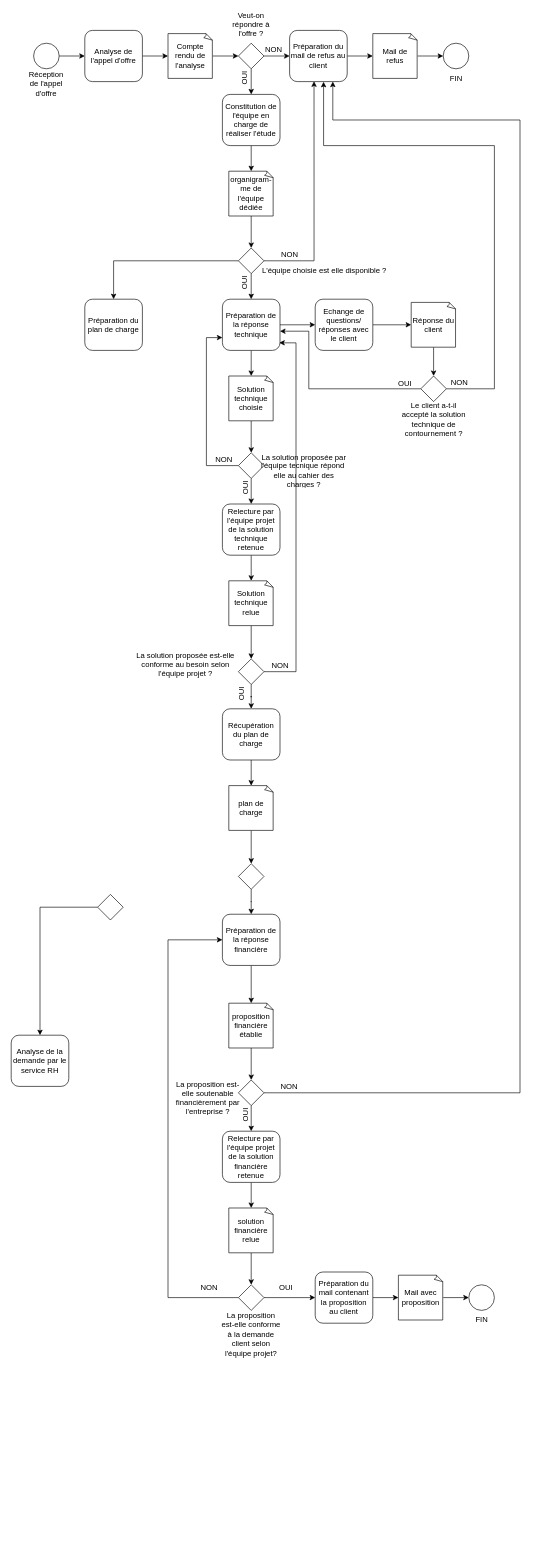
MrRobotInThePlace/chatbotNodejsDialogflow keeps this draw.io diagram as Sécurisation site internet.drawio. Above is the earlier version. Source tidied: cells renumbered, new cells numbered last; positions are measured from the earlier drawing's top-left corner, leaving out a move shared by most shapes. Both pictures are drawn from the tidied source at 64%, with x=0, y=0 at pixel (11, 17).
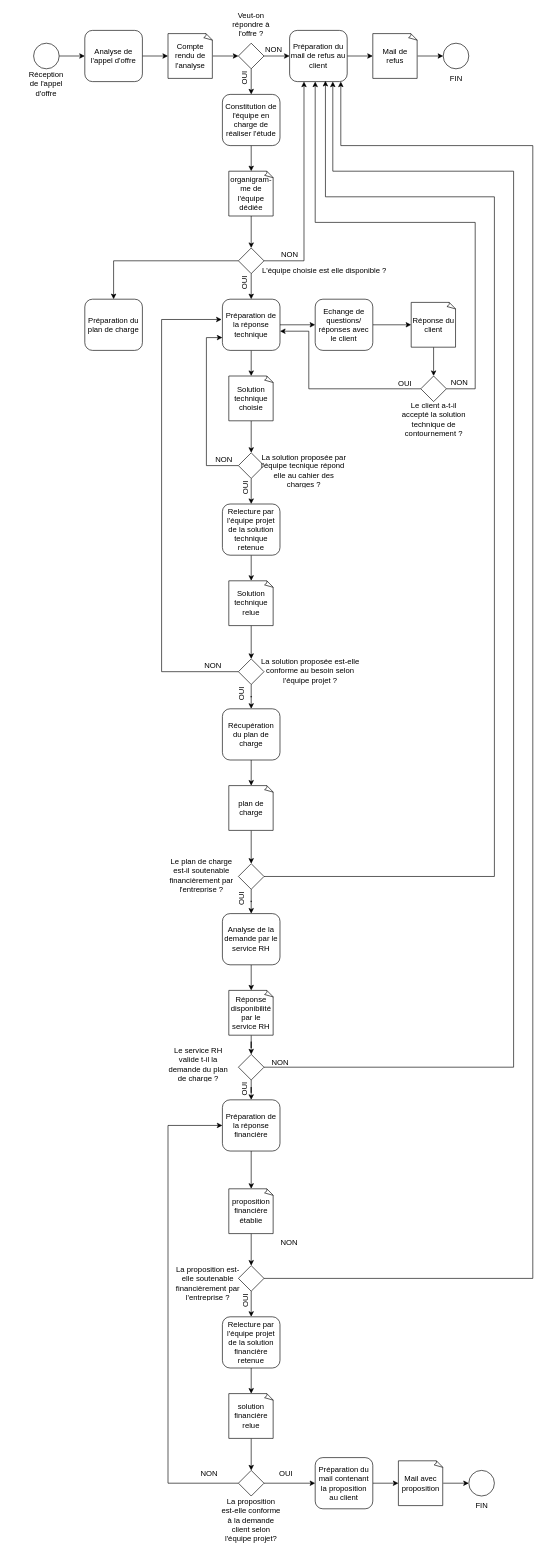
The same page after the edit.

Commit message (it also covers changes not shown here):
Mettre à jour Sécurisation site internet.drawio

The change refers to these unchanged cells:
```xml
<mxCell id="14" value="Préparation du mail de refus au client" style="rounded=1;whiteSpace=wrap;html=1;" parent="1" vertex="1">
  <mxGeometry x="435" y="20" width="90" height="80" as="geometry" />
</mxCell>
<mxCell id="18" value="Préparation de la réponse technique " style="rounded=1;whiteSpace=wrap;html=1;" parent="1" vertex="1">
  <mxGeometry x="330" y="440" width="90" height="80" as="geometry" />
</mxCell>
<mxCell id="32" style="rhombus;whiteSpace=wrap;html=1;" parent="1" vertex="1">
  <mxGeometry x="355" y="360" width="40" height="40" as="geometry" />
</mxCell>
<mxCell id="49" style="rhombus;whiteSpace=wrap;html=1;" parent="1" vertex="1">
  <mxGeometry x="640" y="560" width="40" height="40" as="geometry" />
</mxCell>
<mxCell id="79" style="rhombus;whiteSpace=wrap;html=1;" parent="1" vertex="1">
  <mxGeometry x="355" y="1002" width="40" height="40" as="geometry" />
</mxCell>
<mxCell id="96" style="rhombus;whiteSpace=wrap;html=1;" parent="1" vertex="1">
  <mxGeometry x="355" y="1322" width="40" height="40" as="geometry" />
</mxCell>
```

The edit, as a diff of the source:
```diff
@@
-    <mxCell id="29" style="edgeStyle=orthogonalEdgeStyle;rounded=0;jettySize=auto;html=1;entryX=0.424;entryY=0.995;entryDx=0;entryDy=0;entryPerimeter=0;" parent="1" edge="1" source="32" target="14">
-      <mxGeometry relative="1" as="geometry" />
-    </mxCell>
@@
+    <mxCell id="29" style="edgeStyle=orthogonalEdgeStyle;rounded=0;jettySize=auto;html=1;entryX=0.25;entryY=1;entryDx=0;entryDy=0;" parent="1" edge="1" source="32" target="14">
+      <mxGeometry relative="1" as="geometry" />
+    </mxCell>
@@
     <mxCell id="43" value="Préparation de la réponse financière" style="rounded=1;whiteSpace=wrap;html=1;" parent="1" vertex="1">
-      <mxGeometry x="330" y="1401" width="90" height="80" as="geometry" />
+      <mxGeometry x="330" y="1691" width="90" height="80" as="geometry" />
     </mxCell>
@@
-    <mxCell id="48" style="edgeStyle=orthogonalEdgeStyle;rounded=0;jettySize=auto;html=1;entryX=0.59;entryY=1.004;entryDx=0;entryDy=0;entryPerimeter=0;" parent="1" edge="1" source="49" target="14">
+    <mxCell id="48" style="edgeStyle=orthogonalEdgeStyle;rounded=0;jettySize=auto;html=1;" parent="1" edge="1" source="49">
       <mxGeometry relative="1" as="geometry">
+        <mxPoint x="475" y="100" as="targetPoint" />
         <Array as="points">
-          <mxPoint x="755" y="580" />
-          <mxPoint x="755" y="200" />
-          <mxPoint x="488" y="200" />
+          <mxPoint x="725" y="580" />
+          <mxPoint x="725" y="320" />
+          <mxPoint x="475" y="320" />
         </Array>
       </mxGeometry>
     </mxCell>
@@
     <mxCell id="53" value="proposition financière établie" style="whiteSpace=wrap;html=1;shape=mxgraph.basic.document;" parent="1" vertex="1">
-      <mxGeometry x="340" y="1540" width="70" height="70" as="geometry" />
+      <mxGeometry x="340" y="1830" width="70" height="70" as="geometry" />
     </mxCell>
@@
-    <mxCell id="55" style="edgeStyle=orthogonalEdgeStyle;rounded=0;jettySize=auto;html=1;exitX=1;exitY=0.5;exitDx=0;exitDy=0;entryX=0.75;entryY=1;entryDx=0;entryDy=0;" parent="1" edge="1" source="56" target="14">
+    <mxCell id="55" style="edgeStyle=orthogonalEdgeStyle;rounded=0;jettySize=auto;html=1;entryX=0.889;entryY=1;entryDx=0;entryDy=0;entryPerimeter=0;" parent="1" edge="1" source="56" target="14">
       <mxGeometry relative="1" as="geometry">
         <Array as="points">
-          <mxPoint x="795" y="1680" />
-          <mxPoint x="795" y="160" />
-          <mxPoint x="503" y="160" />
+          <mxPoint x="815" y="1970" />
+          <mxPoint x="815" y="200" />
+          <mxPoint x="515" y="200" />
         </Array>
       </mxGeometry>
     </mxCell>
     <mxCell id="56" style="rhombus;whiteSpace=wrap;html=1;" parent="1" vertex="1">
-      <mxGeometry x="355" y="1660" width="40" height="40" as="geometry" />
+      <mxGeometry x="355" y="1950" width="40" height="40" as="geometry" />
     </mxCell>
@@
     <mxCell id="58" value="NON" style="text;html=1;align=center;verticalAlign=middle;strokeColor=none;fillColor=none;" parent="1" vertex="1">
-      <mxGeometry x="409" y="1655" width="50" height="30" as="geometry" />
+      <mxGeometry x="409" y="1900" width="50" height="30" as="geometry" />
     </mxCell>
     <mxCell id="59" value="La proposition est-elle conforme à la demande client selon l'équipe projet?" style="text;whiteSpace=wrap;html=1;align=center;" parent="1" vertex="1">
-      <mxGeometry x="325" y="2015" width="100" height="40" as="geometry" />
+      <mxGeometry x="325" y="2305" width="100" height="40" as="geometry" />
     </mxCell>
@@
     <mxCell id="61" value="Relecture par l'équipe projet de la solution financière retenue" style="rounded=1;whiteSpace=wrap;html=1;" parent="1" vertex="1">
-      <mxGeometry x="330" y="1740" width="90" height="80" as="geometry" />
+      <mxGeometry x="330" y="2030" width="90" height="80" as="geometry" />
     </mxCell>
     <mxCell id="62" value="OUI" style="text;html=1;align=center;verticalAlign=bottom;strokeColor=none;fillColor=none;horizontal=0;" parent="1" vertex="1">
-      <mxGeometry x="335" y="1700" width="40" height="30" as="geometry" />
+      <mxGeometry x="335" y="1990" width="40" height="30" as="geometry" />
     </mxCell>
@@
     <mxCell id="64" value="solution financière relue" style="whiteSpace=wrap;html=1;shape=mxgraph.basic.document;" parent="1" vertex="1">
-      <mxGeometry x="340" y="1860" width="70" height="70" as="geometry" />
+      <mxGeometry x="340" y="2150" width="70" height="70" as="geometry" />
     </mxCell>
@@
     <mxCell id="66" style="edgeStyle=orthogonalEdgeStyle;rounded=0;jettySize=auto;html=1;entryX=0;entryY=0.5;entryDx=0;entryDy=0;" parent="1" edge="1" source="67" target="43">
       <mxGeometry relative="1" as="geometry">
         <Array as="points">
-          <mxPoint x="245" y="2000" />
-          <mxPoint x="245" y="1441" />
+          <mxPoint x="245" y="2290" />
+          <mxPoint x="245" y="1731" />
         </Array>
       </mxGeometry>
     </mxCell>
     <mxCell id="67" style="rhombus;whiteSpace=wrap;html=1;" parent="1" vertex="1">
-      <mxGeometry x="355" y="1980" width="40" height="40" as="geometry" />
+      <mxGeometry x="355" y="2270" width="40" height="40" as="geometry" />
     </mxCell>
     <mxCell id="68" style="ellipse;whiteSpace=wrap;html=1;" parent="1" vertex="1">
-      <mxGeometry x="715" y="1980" width="40" height="40" as="geometry" />
+      <mxGeometry x="715" y="2270" width="40" height="40" as="geometry" />
     </mxCell>
@@
     <mxCell id="70" value="Préparation du mail contenant la proposition au client" style="rounded=1;whiteSpace=wrap;html=1;" parent="1" vertex="1">
-      <mxGeometry x="475" y="1960" width="90" height="80" as="geometry" />
+      <mxGeometry x="475" y="2250" width="90" height="80" as="geometry" />
     </mxCell>
@@
     <mxCell id="72" value="Mail avec proposition" style="whiteSpace=wrap;html=1;shape=mxgraph.basic.document;" parent="1" vertex="1">
-      <mxGeometry x="605" y="1965" width="70" height="70" as="geometry" />
+      <mxGeometry x="605" y="2255" width="70" height="70" as="geometry" />
     </mxCell>
     <mxCell id="73" value="FIN" style="text;html=1;align=center;verticalAlign=middle;strokeColor=none;fillColor=none;" parent="1" vertex="1">
-      <mxGeometry x="715" y="2020" width="40" height="30" as="geometry" />
+      <mxGeometry x="715" y="2310" width="40" height="30" as="geometry" />
     </mxCell>
     <mxCell id="74" value="OUI" style="text;html=1;align=center;verticalAlign=middle;strokeColor=none;fillColor=none;" parent="1" vertex="1">
-      <mxGeometry x="409" y="1970" width="40" height="30" as="geometry" />
+      <mxGeometry x="409" y="2260" width="40" height="30" as="geometry" />
     </mxCell>
@@
-    <mxCell id="77" style="edgeStyle=orthogonalEdgeStyle;rounded=0;jettySize=auto;html=1;entryX=0.987;entryY=0.852;entryDx=0;entryDy=0;entryPerimeter=0;" parent="1" edge="1" source="79" target="18">
+    <mxCell id="77" style="edgeStyle=orthogonalEdgeStyle;rounded=0;jettySize=auto;html=1;entryX=-0.013;entryY=0.396;entryDx=0;entryDy=0;entryPerimeter=0;" parent="1" edge="1" source="79" target="18">
       <mxGeometry relative="1" as="geometry">
         <Array as="points">
-          <mxPoint x="445" y="1022" />
-          <mxPoint x="445" y="508" />
+          <mxPoint x="235" y="1022" />
+          <mxPoint x="235" y="472" />
         </Array>
       </mxGeometry>
     </mxCell>
@@
     <mxCell id="80" value="La solution proposée est-elle conforme au besoin selon l'équipe projet ?" style="text;html=1;strokeColor=none;fillColor=none;spacing=5;spacingTop=-20;whiteSpace=wrap;overflow=hidden;rounded=0;align=center;" parent="1" vertex="1">
-      <mxGeometry x="190" y="999.5" width="165" height="45" as="geometry" />
+      <mxGeometry x="385" y="1010" width="165" height="45" as="geometry" />
     </mxCell>
@@
     <mxCell id="84" value="NON" style="text;html=1;align=center;verticalAlign=middle;strokeColor=none;fillColor=none;" parent="1" vertex="1">
-      <mxGeometry x="395" y="998" width="50" height="30" as="geometry" />
+      <mxGeometry x="290" y="998" width="50" height="30" as="geometry" />
     </mxCell>
@@
     <mxCell id="87" value="NON" style="text;html=1;align=center;verticalAlign=middle;strokeColor=none;fillColor=none;" parent="1" vertex="1">
-      <mxGeometry x="283.7" y="1970" width="50" height="30" as="geometry" />
+      <mxGeometry x="283.7" y="2260" width="50" height="30" as="geometry" />
     </mxCell>
@@
-    <mxCell id="89" style="edgeStyle=orthogonalEdgeStyle;rounded=0;jettySize=auto;html=1;" parent="1" edge="1" source="90" target="91">
-      <mxGeometry relative="1" as="geometry" />
-    </mxCell>
+    <mxCell id="99" style="edgeStyle=orthogonalEdgeStyle;rounded=0;jettySize=auto;html=1;" parent="1" edge="1" source="90" target="43">
+      <mxGeometry relative="1" as="geometry" />
+    </mxCell>
+    <mxCell id="100" style="edgeStyle=orthogonalEdgeStyle;rounded=0;jettySize=auto;html=1;entryX=0.75;entryY=1;entryDx=0;entryDy=0;" parent="1" edge="1" source="90" target="14">
+      <mxGeometry relative="1" as="geometry">
+        <Array as="points">
+          <mxPoint x="785" y="1640" />
+          <mxPoint x="785" y="240" />
+          <mxPoint x="503" y="240" />
+          <mxPoint x="503" y="100" />
+        </Array>
+      </mxGeometry>
+    </mxCell>
     <mxCell id="90" style="rhombus;whiteSpace=wrap;html=1;" parent="1" vertex="1">
-      <mxGeometry x="135" y="1370" width="40" height="40" as="geometry" />
+      <mxGeometry x="355" y="1620" width="40" height="40" as="geometry" />
     </mxCell>
+    <mxCell id="101" style="edgeStyle=orthogonalEdgeStyle;rounded=0;jettySize=auto;html=1;" parent="1" edge="1" source="91" target="108">
+      <mxGeometry relative="1" as="geometry" />
+    </mxCell>
     <mxCell id="91" value="Analyse de la demande par le service RH" style="rounded=1;whiteSpace=wrap;html=1;" parent="1" vertex="1">
-      <mxGeometry y="1590" width="90" height="80" as="geometry" />
+      <mxGeometry x="330" y="1400" width="90" height="80" as="geometry" />
     </mxCell>
     <mxCell id="92" value="La proposition est-elle soutenable financièrement par l'entreprise ?" style="text;html=1;strokeColor=none;fillColor=none;spacing=5;spacingTop=-20;whiteSpace=wrap;overflow=hidden;rounded=0;align=center;" parent="1" vertex="1">
-      <mxGeometry x="250" y="1670" width="115" height="45" as="geometry" />
+      <mxGeometry x="250" y="1960" width="115" height="45" as="geometry" />
     </mxCell>
@@
-    <mxCell id="95" style="edgeStyle=orthogonalEdgeStyle;rounded=0;jettySize=auto;html=1;" parent="1" edge="1" source="96" target="43">
-      <mxGeometry relative="1" as="geometry" />
-    </mxCell>
+    <mxCell id="102" style="edgeStyle=orthogonalEdgeStyle;rounded=0;jettySize=auto;html=1;entryX=0.622;entryY=0.986;entryDx=0;entryDy=0;entryPerimeter=0;" parent="1" edge="1" source="96" target="14">
+      <mxGeometry relative="1" as="geometry">
+        <Array as="points">
+          <mxPoint x="755" y="1342" />
+          <mxPoint x="755" y="280" />
+          <mxPoint x="491" y="280" />
+        </Array>
+      </mxGeometry>
+    </mxCell>
+    <mxCell id="103" style="edgeStyle=orthogonalEdgeStyle;rounded=0;jettySize=auto;html=1;" parent="1" edge="1" source="96" target="91">
+      <mxGeometry relative="1" as="geometry" />
+    </mxCell>
@@
+    <mxCell id="104" value="Le plan de charge est-il soutenable financièrement par l'entreprise ?" style="text;html=1;strokeColor=none;fillColor=none;spacing=5;spacingTop=-20;whiteSpace=wrap;overflow=hidden;rounded=0;align=center;" parent="1" vertex="1">
+      <mxGeometry x="240" y="1322" width="115" height="45" as="geometry" />
+    </mxCell>
+    <mxCell id="105" value="OUI" style="text;html=1;align=center;verticalAlign=bottom;strokeColor=none;fillColor=none;horizontal=0;" parent="1" vertex="1">
+      <mxGeometry x="330" y="1362" width="40" height="30" as="geometry" />
+    </mxCell>
+    <mxCell id="106" value="NON" style="text;html=1;align=center;verticalAlign=middle;strokeColor=none;fillColor=none;" parent="1" vertex="1">
+      <mxGeometry x="395" y="1617.5" width="50" height="30" as="geometry" />
+    </mxCell>
+    <mxCell id="107" style="edgeStyle=orthogonalEdgeStyle;rounded=0;jettySize=auto;html=1;" parent="1" edge="1" source="108" target="90">
+      <mxGeometry relative="1" as="geometry" />
+    </mxCell>
+    <mxCell id="108" value="Réponse disponibilité par le service RH" style="whiteSpace=wrap;html=1;shape=mxgraph.basic.document;" parent="1" vertex="1">
+      <mxGeometry x="340" y="1520" width="70" height="70" as="geometry" />
+    </mxCell>
+    <mxCell id="109" value="Le service RH valide t-il la demande du plan de charge ?" style="text;html=1;strokeColor=none;fillColor=none;spacing=5;spacingTop=-20;whiteSpace=wrap;overflow=hidden;rounded=0;align=center;" parent="1" vertex="1">
+      <mxGeometry x="235" y="1617.5" width="115" height="45" as="geometry" />
+    </mxCell>
+    <mxCell id="110" value="OUI" style="text;html=1;align=center;verticalAlign=bottom;strokeColor=none;fillColor=none;horizontal=0;" parent="1" vertex="1">
+      <mxGeometry x="333.7" y="1660" width="40" height="30" as="geometry" />
+    </mxCell>
```
